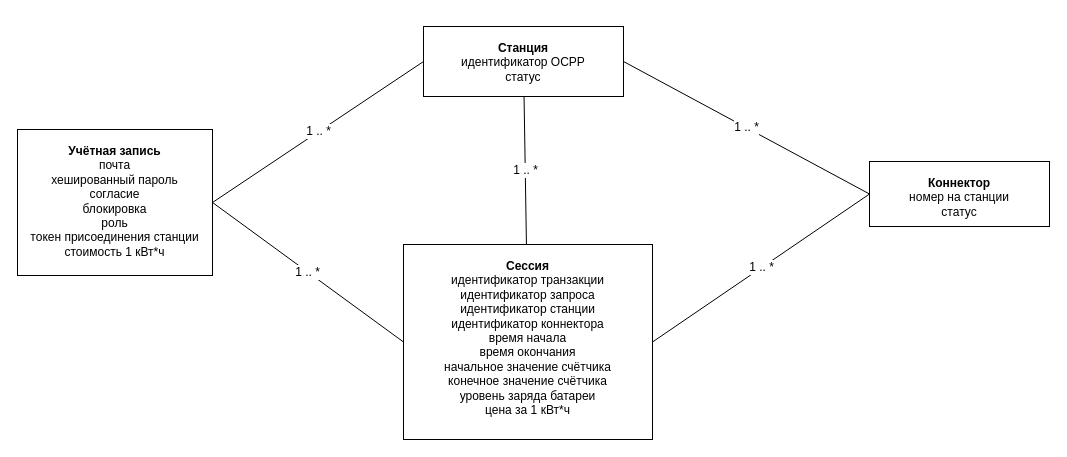
This is Диаграммы/Модель данных (2.7).drawio from PetrachkovArtem/diplom, a draw.io file, before an edit. Source tidied: cells renumbered, new cells numbered last; positions are measured from the earlier drawing's top-left corner, leaving out a move shared by most shapes. Both pictures are drawn from the tidied source at 100%, with x=0, y=0 at pixel (17, 26).
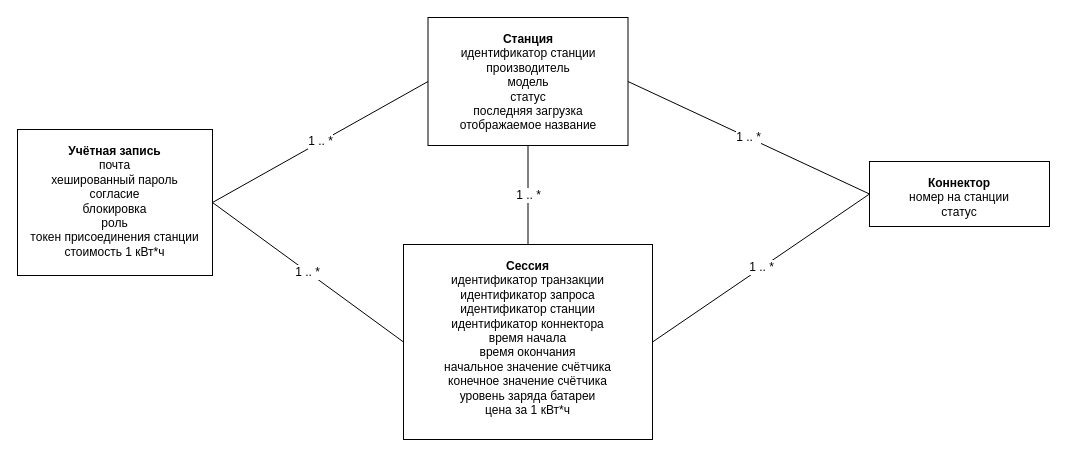
The same diagram, later.

What changed in the source:
```diff
@@
 <mxGraphModel>
   <root>
     <mxCell id="0" />
     <mxCell id="1" parent="0" />
     <mxCell id="2" value="&lt;b&gt;Учётная запись&lt;/b&gt;&lt;br&gt;почта&lt;br&gt;хешированный пароль&lt;br&gt;согласие&lt;br&gt;блокировка&lt;br&gt;роль&lt;div&gt;токен присоединения станции&lt;/div&gt;&lt;div&gt;стоимость 1 кВт*ч&lt;/div&gt;" style="rounded=0;whiteSpace=wrap;html=1;align=center;verticalAlign=top;spacingTop=8;" parent="1" vertex="1">
       <mxGeometry y="103" width="195" height="146" as="geometry" />
     </mxCell>
-    <mxCell id="3" value="&lt;b&gt;Станция&lt;/b&gt;&lt;br&gt;идентификатор OCPP&lt;br&gt;статус" style="rounded=0;whiteSpace=wrap;html=1;align=center;verticalAlign=top;spacingTop=8;" parent="1" vertex="1">
-      <mxGeometry x="406" width="200" height="70" as="geometry" />
+    <mxCell id="3" value="&lt;b&gt;Станция&lt;/b&gt;&lt;br&gt;идентификатор станции&lt;div&gt;производитель&lt;/div&gt;&lt;div&gt;модель&lt;br&gt;статус&lt;/div&gt;&lt;div&gt;последняя загрузка&lt;/div&gt;&lt;div&gt;отображаемое название&lt;/div&gt;&lt;div&gt;&lt;br&gt;&lt;div&gt;&lt;br&gt;&lt;/div&gt;&lt;/div&gt;" style="rounded=0;whiteSpace=wrap;html=1;align=center;verticalAlign=top;spacingTop=8;" parent="1" vertex="1">
+      <mxGeometry x="410.5" y="-9" width="200" height="128" as="geometry" />
     </mxCell>
     <mxCell id="4" value="&lt;b&gt;Коннектор&lt;/b&gt;&lt;br&gt;номер на станции&lt;br&gt;статус" style="rounded=0;whiteSpace=wrap;html=1;align=center;verticalAlign=top;spacingTop=8;" parent="1" vertex="1">
       <mxGeometry x="852" y="135" width="180" height="65" as="geometry" />
     </mxCell>
     <mxCell id="5" value="&lt;div&gt;&lt;b&gt;Сессия&lt;/b&gt;&lt;br&gt;идентификатор транзакции&lt;br&gt;идентификатор запроса&lt;br&gt;идентификатор станции&lt;br&gt;идентификатор коннектора&lt;/div&gt;&lt;div&gt;время начала&lt;/div&gt;&lt;div&gt;время окончания&lt;/div&gt;&lt;div&gt;начальное значение счётчика&lt;/div&gt;&lt;div&gt;конечное значение счётчика&lt;/div&gt;&lt;div&gt;уровень заряда батареи&lt;/div&gt;&lt;div&gt;цена за 1 кВт*ч&lt;/div&gt;" style="rounded=0;whiteSpace=wrap;html=1;align=center;verticalAlign=top;spacingTop=8;" parent="1" vertex="1">
       <mxGeometry x="386" y="218" width="249" height="195" as="geometry" />
     </mxCell>
     <mxCell id="6" value="1 .. *" style="endArrow=none;html=1;fontSize=12;exitX=1;exitY=0.5;exitDx=0;exitDy=0;entryX=0;entryY=0.5;entryDx=0;entryDy=0;" parent="1" edge="1" source="2" target="3">
       <mxGeometry relative="1" as="geometry" />
     </mxCell>
     <mxCell id="7" value="1 .. *" style="endArrow=none;html=1;fontSize=12;entryX=0;entryY=0.5;entryDx=0;entryDy=0;exitX=1;exitY=0.5;exitDx=0;exitDy=0;" parent="1" edge="1" source="3" target="4">
       <mxGeometry relative="1" as="geometry" />
     </mxCell>
     <mxCell id="8" value="1 .. *" style="endArrow=none;html=1;fontSize=12;exitX=1;exitY=0.5;exitDx=0;exitDy=0;entryX=0;entryY=0.5;entryDx=0;entryDy=0;" parent="1" edge="1" source="2" target="5">
       <mxGeometry relative="1" as="geometry" />
     </mxCell>
     <mxCell id="9" value="1 .. *" style="endArrow=none;html=1;fontSize=12;" parent="1" edge="1" source="3" target="5">
       <mxGeometry relative="1" as="geometry" />
     </mxCell>
     <mxCell id="10" value="1 .. *" style="endArrow=none;html=1;fontSize=12;exitX=0;exitY=0.5;exitDx=0;exitDy=0;entryX=1;entryY=0.5;entryDx=0;entryDy=0;" parent="1" edge="1" source="4" target="5">
       <mxGeometry relative="1" as="geometry" />
     </mxCell>
   </root>
 </mxGraphModel>
```
